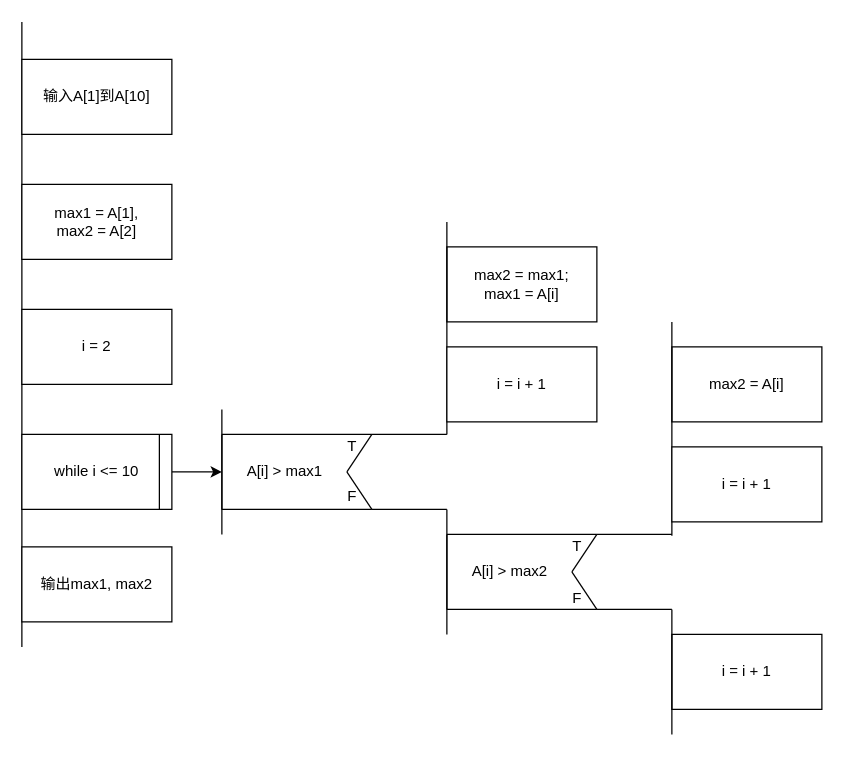
The draw.io diagram Test3_PAD.drawio in yxy235/SE, before the edit. Source tidied: cells renumbered, new cells numbered last; positions are measured from the earlier drawing's top-left corner, leaving out a move shared by most shapes. Both pictures are drawn from the tidied source at 125%, with x=0, y=0 at pixel (21, 21).
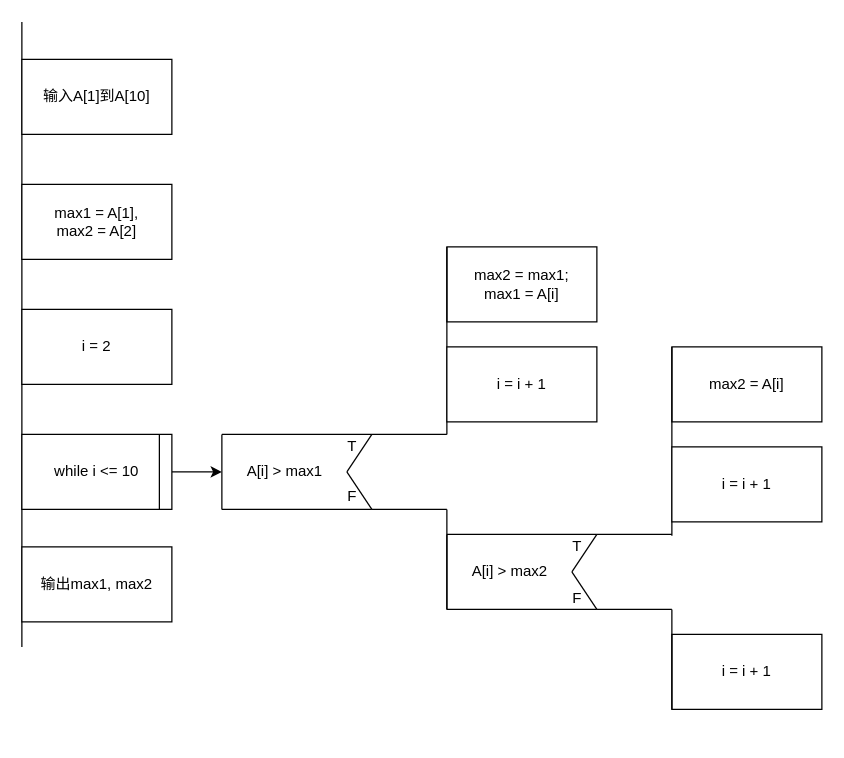
The same diagram, later.

The change refers to these unchanged cells:
```xml
<mxCell id="22" value="&lt;div&gt;max2 = max1;&lt;/div&gt;&lt;div&gt;max1 = A[i]&lt;br&gt;&lt;/div&gt;" style="rounded=0;whiteSpace=wrap;html=1;" parent="1" vertex="1">
  <mxGeometry x="340" y="180" width="120" height="60" as="geometry" />
</mxCell>
```

Change to the diagram source:
```diff
@@
-    <mxCell id="25" style="endArrow=none;html=1;rounded=0;" parent="1" edge="1">
+    <mxCell id="25" style="endArrow=none;html=1;rounded=0;entryX=0;entryY=0;entryDx=0;entryDy=0;" parent="1" edge="1" target="22">
       <mxGeometry relative="1" as="geometry">
         <mxPoint x="340" y="330" as="sourcePoint" />
-        <mxPoint x="340" y="160" as="targetPoint" />
       </mxGeometry>
     </mxCell>
-    <mxCell id="26" style="endArrow=none;html=1;rounded=0;" parent="1" edge="1">
-      <mxGeometry relative="1" as="geometry">
-        <mxPoint x="160" y="410" as="sourcePoint" />
-        <mxPoint x="160" y="310" as="targetPoint" />
-      </mxGeometry>
-    </mxCell>
     <mxCell id="27" style="endArrow=none;html=1;rounded=0;" parent="1" edge="1">
       <mxGeometry relative="1" as="geometry">
-        <mxPoint x="340" y="490" as="sourcePoint" />
+        <mxPoint x="340" y="470" as="sourcePoint" />
         <mxPoint x="340" y="390" as="targetPoint" />
       </mxGeometry>
     </mxCell>
     <mxCell id="28" style="endArrow=none;html=1;rounded=0;" parent="1" edge="1">
       <mxGeometry relative="1" as="geometry">
         <mxPoint x="520" y="411" as="sourcePoint" />
-        <mxPoint x="520" y="240" as="targetPoint" />
+        <mxPoint x="520" y="260" as="targetPoint" />
       </mxGeometry>
     </mxCell>
     <mxCell id="29" style="endArrow=none;html=1;rounded=0;" parent="1" edge="1">
       <mxGeometry relative="1" as="geometry">
-        <mxPoint x="520" y="570" as="sourcePoint" />
+        <mxPoint x="520" y="550" as="sourcePoint" />
         <mxPoint x="520" y="470" as="targetPoint" />
       </mxGeometry>
     </mxCell>
```
